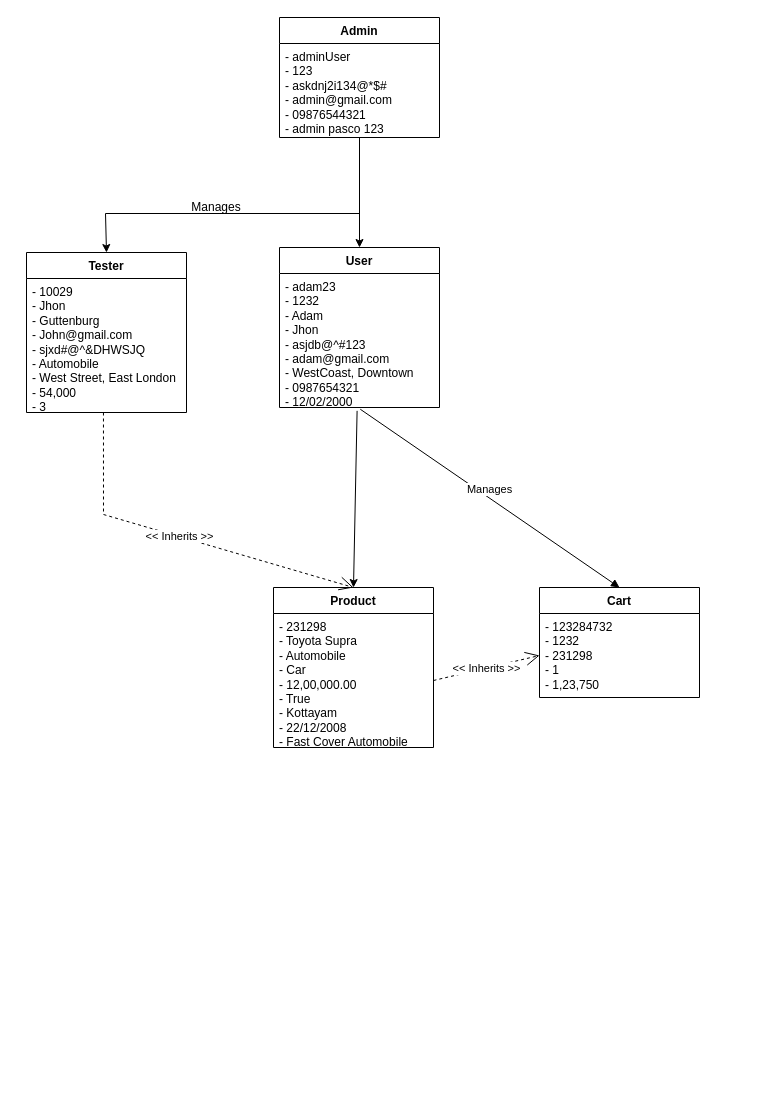
mohdashiqpe/Main-Project keeps this draw.io diagram as UML/Object Diagram.drawio. Above is the earlier version. Source tidied: cells renumbered, new cells numbered last; positions are measured from the earlier drawing's top-left corner, leaving out a move shared by most shapes. Both pictures are drawn from the tidied source at 100%, with x=0, y=0 at pixel (26, 17).
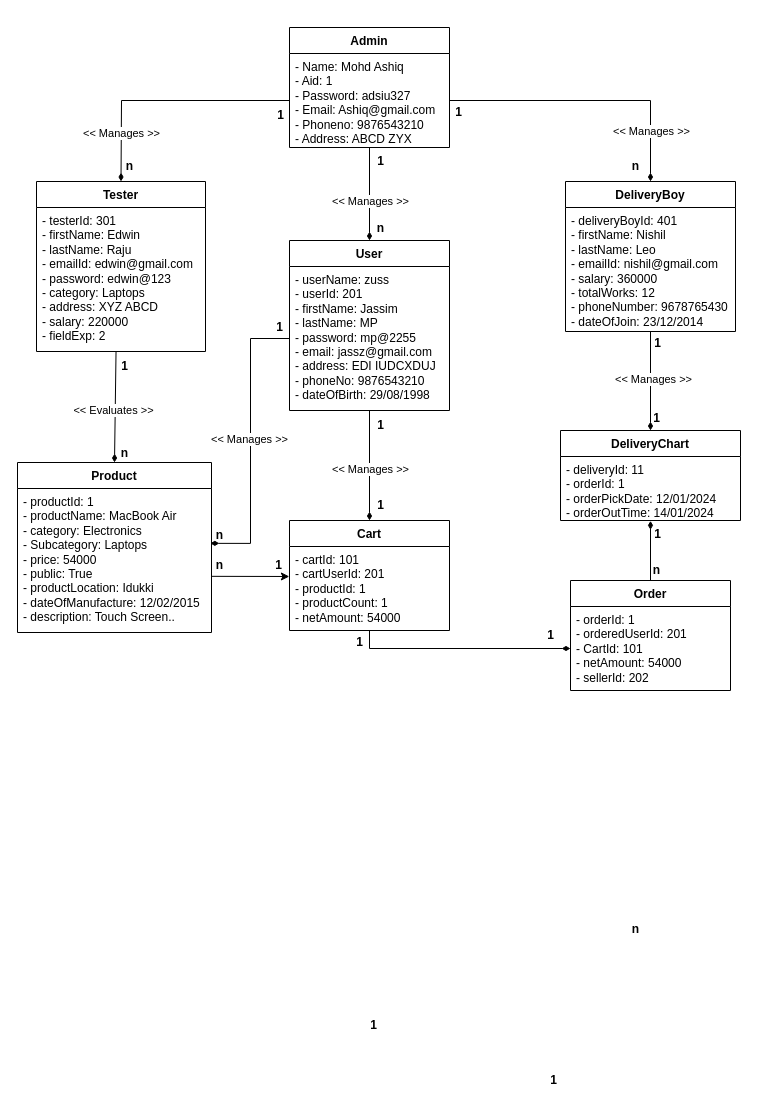
The same page after the edit.

What changed in the source:
```diff
@@
     <mxCell id="2" value="Admin" style="swimlane;fontStyle=1;align=center;verticalAlign=top;horizontal=1;startSize=26;whiteSpace=wrap;html=1;" parent="1" vertex="1">
-      <mxGeometry x="253" width="160" height="120" as="geometry" />
+      <mxGeometry x="263" y="10" width="160" height="120" as="geometry" />
     </mxCell>
-    <mxCell id="3" value="- adminUser&lt;br&gt;- 123&lt;br&gt;- askdnj2i134@*$#&lt;br&gt;- admin@gmail.com&lt;br&gt;- 09876544321&lt;br&gt;- admin pasco 123" style="text;strokeColor=none;fillColor=none;align=left;verticalAlign=top;spacingLeft=4;spacingRight=4;overflow=hidden;points=[[0,0.5],[1,0.5]];portConstraint=eastwest;whiteSpace=wrap;html=1;" parent="2" vertex="1">
-      <mxGeometry y="26" width="160" height="94" as="geometry" />
-    </mxCell>
+    <mxCell id="19" value="- Name: Mohd Ashiq&lt;br&gt;- Aid: 1&lt;br&gt;- Password: adsiu327&lt;br&gt;- Email: Ashiq@gmail.com&lt;br&gt;- Phoneno: 9876543210&lt;br&gt;- Address: ABCD ZYX" style="text;strokeColor=none;fillColor=none;align=left;verticalAlign=top;spacingLeft=4;spacingRight=4;overflow=hidden;points=[[0,0.5],[1,0.5]];portConstraint=eastwest;whiteSpace=wrap;html=1;" parent="2" vertex="1">
+      <mxGeometry y="26" width="160" height="94" as="geometry" />
+    </mxCell>
     <mxCell id="4" value="Tester" style="swimlane;fontStyle=1;align=center;verticalAlign=top;horizontal=1;startSize=26;whiteSpace=wrap;html=1;" parent="1" vertex="1">
-      <mxGeometry y="235" width="160" height="160" as="geometry" />
+      <mxGeometry x="10" y="164" width="169" height="170" as="geometry" />
     </mxCell>
-    <mxCell id="5" value="- 10029&lt;br&gt;- Jhon&lt;br&gt;- Guttenburg&lt;br&gt;- John@gmail.com&lt;br&gt;- sjxd#@^&amp;amp;DHWSJQ&lt;br&gt;- Automobile&lt;br&gt;- West Street, East London&lt;br&gt;- 54,000&lt;br&gt;- 3" style="text;strokeColor=none;fillColor=none;align=left;verticalAlign=top;spacingLeft=4;spacingRight=4;overflow=hidden;points=[[0,0.5],[1,0.5]];portConstraint=eastwest;whiteSpace=wrap;html=1;" parent="4" vertex="1">
-      <mxGeometry y="26" width="160" height="134" as="geometry" />
-    </mxCell>
+    <mxCell id="20" value="- testerId: 301&lt;br&gt;- firstName: Edwin&lt;br&gt;- lastName: Raju&lt;br&gt;- emailId: edwin@gmail.com&lt;br&gt;- password: edwin@123&lt;br&gt;- category: Laptops&lt;br&gt;- address: XYZ ABCD&lt;br&gt;- salary: 220000&lt;br&gt;- fieldExp: 2" style="text;strokeColor=none;fillColor=none;align=left;verticalAlign=top;spacingLeft=4;spacingRight=4;overflow=hidden;whiteSpace=wrap;html=1;" parent="4" vertex="1">
+      <mxGeometry y="26" width="169" height="144" as="geometry" />
+    </mxCell>
     <mxCell id="6" value="User" style="swimlane;fontStyle=1;align=center;verticalAlign=top;horizontal=1;startSize=26;whiteSpace=wrap;html=1;" parent="1" vertex="1">
-      <mxGeometry x="253" y="230" width="160" height="160" as="geometry" />
+      <mxGeometry x="263" y="223" width="160" height="170" as="geometry" />
     </mxCell>
-    <mxCell id="7" value="- adam23&lt;br&gt;- 1232&lt;br&gt;- Adam&lt;br&gt;- Jhon&lt;br&gt;- asjdb@^#123&lt;br&gt;- adam@gmail.com&lt;br&gt;- WestCoast, Downtown&lt;br&gt;- 0987654321&lt;br&gt;- 12/02/2000" style="text;strokeColor=none;fillColor=none;align=left;verticalAlign=top;spacingLeft=4;spacingRight=4;overflow=hidden;points=[[0,0.5],[1,0.5]];portConstraint=eastwest;whiteSpace=wrap;html=1;" parent="6" vertex="1">
-      <mxGeometry y="26" width="160" height="134" as="geometry" />
-    </mxCell>
+    <mxCell id="21" value="- userName: zuss&lt;br&gt;- userId: 201&lt;br&gt;- firstName: Jassim&lt;br&gt;- lastName: MP&lt;br&gt;- password: mp@2255&lt;br&gt;- email: jassz@gmail.com&lt;br&gt;- address: EDI IUDCXDUJ&lt;br&gt;- phoneNo: 9876543210&lt;br&gt;- dateOfBirth: 29/08/1998" style="text;strokeColor=none;fillColor=none;align=left;verticalAlign=top;spacingLeft=4;spacingRight=4;overflow=hidden;points=[[0,0.5],[1,0.5]];portConstraint=eastwest;whiteSpace=wrap;html=1;" parent="6" vertex="1">
+      <mxGeometry y="26" width="160" height="144" as="geometry" />
+    </mxCell>
     <mxCell id="8" value="Cart" style="swimlane;fontStyle=1;align=center;verticalAlign=top;horizontal=1;startSize=26;whiteSpace=wrap;html=1;" parent="1" vertex="1">
-      <mxGeometry x="513" y="570" width="160" height="110" as="geometry" />
+      <mxGeometry x="263" y="503" width="160" height="110" as="geometry" />
     </mxCell>
-    <mxCell id="9" value="- 123284732&lt;br&gt;- 1232&lt;br&gt;- 231298&lt;br&gt;- 1&lt;br&gt;- 1,23,750" style="text;strokeColor=none;fillColor=none;align=left;verticalAlign=top;spacingLeft=4;spacingRight=4;overflow=hidden;points=[[0,0.5],[1,0.5]];portConstraint=eastwest;whiteSpace=wrap;html=1;" parent="8" vertex="1">
-      <mxGeometry y="26" width="160" height="84" as="geometry" />
-    </mxCell>
+    <mxCell id="22" value="- cartId: 101&lt;br&gt;- cartUserId: 201&lt;br&gt;- productId: 1&lt;br&gt;- productCount: 1&lt;br&gt;- netAmount: 54000" style="text;strokeColor=none;fillColor=none;align=left;verticalAlign=top;spacingLeft=4;spacingRight=4;overflow=hidden;points=[[0,0.5],[1,0.5]];portConstraint=eastwest;whiteSpace=wrap;html=1;" parent="8" vertex="1">
+      <mxGeometry y="26" width="160" height="84" as="geometry" />
+    </mxCell>
     <mxCell id="10" value="Product" style="swimlane;fontStyle=1;align=center;verticalAlign=top;horizontal=1;startSize=26;whiteSpace=wrap;html=1;" parent="1" vertex="1">
-      <mxGeometry x="247" y="570" width="160" height="160" as="geometry" />
+      <mxGeometry x="-9" y="445" width="194" height="170" as="geometry" />
     </mxCell>
-    <mxCell id="11" value="- 231298&lt;br&gt;- Toyota Supra&lt;br&gt;- Automobile&lt;br&gt;- Car&lt;br&gt;- 12,00,000.00&lt;br&gt;- True&lt;br&gt;- Kottayam&lt;br&gt;- 22/12/2008&lt;br&gt;- Fast Cover Automobile" style="text;strokeColor=none;fillColor=none;align=left;verticalAlign=top;spacingLeft=4;spacingRight=4;overflow=hidden;points=[[0,0.5],[1,0.5]];portConstraint=eastwest;whiteSpace=wrap;html=1;" parent="10" vertex="1">
-      <mxGeometry y="26" width="160" height="134" as="geometry" />
-    </mxCell>
-    <mxCell id="12" style="endArrow=classic;html=1;rounded=0;" parent="1" edge="1" source="3" target="6">
-      <mxGeometry relative="1" as="geometry" />
-    </mxCell>
-    <mxCell id="13" style="endArrow=classic;html=1;rounded=0;entryX=0.5;entryY=0;entryDx=0;entryDy=0;" parent="1" edge="1" target="4">
-      <mxGeometry relative="1" as="geometry">
-        <mxPoint x="333" y="196" as="sourcePoint" />
-        <Array as="points">
-          <mxPoint x="79" y="196" />
-        </Array>
-      </mxGeometry>
-    </mxCell>
-    <mxCell id="14" value="Manages" style="text;html=1;strokeColor=none;fillColor=none;align=center;verticalAlign=middle;whiteSpace=wrap;rounded=0;" parent="1" vertex="1">
-      <mxGeometry x="160" y="175" width="60" height="30" as="geometry" />
-    </mxCell>
-    <mxCell id="15" style="endArrow=classic;html=1;rounded=0;entryX=0.5;entryY=0;entryDx=0;entryDy=0;exitX=0.485;exitY=1.025;exitDx=0;exitDy=0;exitPerimeter=0;" parent="1" edge="1" source="7" target="10">
-      <mxGeometry relative="1" as="geometry" />
-    </mxCell>
-    <mxCell id="16" value="&amp;lt;&amp;lt; Inherits &amp;gt;&amp;gt;" style="endArrow=open;endSize=12;dashed=1;html=1;rounded=0;exitX=0.481;exitY=1;exitDx=0;exitDy=0;exitPerimeter=0;entryX=0.5;entryY=0;entryDx=0;entryDy=0;" parent="1" edge="1" source="5" target="10">
-      <mxGeometry relative="1" as="geometry">
-        <Array as="points">
-          <mxPoint x="77" y="497" />
-        </Array>
-      </mxGeometry>
-    </mxCell>
-    <mxCell id="17" value="&amp;lt;&amp;lt; Inherits &amp;gt;&amp;gt;" style="endArrow=open;endSize=12;dashed=1;html=1;rounded=0;entryX=0;entryY=0.5;entryDx=0;entryDy=0;exitX=1;exitY=0.5;exitDx=0;exitDy=0;" parent="1" edge="1" source="11" target="9">
-      <mxGeometry relative="1" as="geometry" />
-    </mxCell>
-    <mxCell id="18" value="Manages" style="html=1;verticalAlign=bottom;endArrow=block;curved=0;rounded=0;entryX=0.5;entryY=0;entryDx=0;entryDy=0;exitX=0.505;exitY=1.013;exitDx=0;exitDy=0;exitPerimeter=0;" parent="1" edge="1" source="7" target="8">
-      <mxGeometry relative="1" as="geometry" />
-    </mxCell>
+    <mxCell id="23" value="- productId: 1&lt;br&gt;- productName: MacBook Air&lt;br&gt;- category: Electronics&lt;br&gt;- Subcategory: Laptops&lt;br&gt;- price: 54000&lt;br&gt;- public: True&lt;br&gt;- productLocation: Idukki&lt;br&gt;- dateOfManufacture: 12/02/2015&lt;br&gt;- description: Touch Screen.." style="text;strokeColor=none;fillColor=none;align=left;verticalAlign=top;spacingLeft=4;spacingRight=4;overflow=hidden;points=[[0,0.5],[1,0.5]];portConstraint=eastwest;whiteSpace=wrap;html=1;" parent="10" vertex="1">
+      <mxGeometry y="26" width="194" height="144" as="geometry" />
+    </mxCell>
+    <mxCell id="24" value="DeliveryBoy" style="swimlane;fontStyle=1;align=center;verticalAlign=top;horizontal=1;startSize=26;whiteSpace=wrap;html=1;" parent="1" vertex="1">
+      <mxGeometry x="539" y="164" width="170" height="150" as="geometry" />
+    </mxCell>
+    <mxCell id="25" value="- deliveryBoyId: 401&lt;br&gt;- firstName: Nishil&lt;br&gt;- lastName: Leo&lt;br&gt;- emailId: nishil@gmail.com&lt;br&gt;- salary: 360000&lt;br&gt;- totalWorks: 12&lt;br&gt;- phoneNumber: 9678765430&lt;br&gt;- dateOfJoin: 23/12/2014" style="text;strokeColor=none;fillColor=none;align=left;verticalAlign=top;spacingLeft=4;spacingRight=4;overflow=hidden;points=[[0,0.5],[1,0.5]];portConstraint=eastwest;whiteSpace=wrap;html=1;" parent="24" vertex="1">
+      <mxGeometry y="26" width="170" height="124" as="geometry" />
+    </mxCell>
+    <mxCell id="26" value="Order" style="swimlane;fontStyle=1;align=center;verticalAlign=top;horizontal=1;startSize=26;whiteSpace=wrap;html=1;" parent="1" vertex="1">
+      <mxGeometry x="544" y="563" width="160" height="110" as="geometry" />
+    </mxCell>
+    <mxCell id="27" value="- orderId: 1&lt;br&gt;- orderedUserId: 201&lt;br&gt;- CartId: 101&lt;br&gt;- netAmount: 54000&lt;br&gt;- sellerId: 202" style="text;strokeColor=none;fillColor=none;align=left;verticalAlign=top;spacingLeft=4;spacingRight=4;overflow=hidden;points=[[0,0.5],[1,0.5]];portConstraint=eastwest;whiteSpace=wrap;html=1;" parent="26" vertex="1">
+      <mxGeometry y="26" width="160" height="84" as="geometry" />
+    </mxCell>
+    <mxCell id="28" style="endArrow=diamondThin;html=1;rounded=0;exitX=0;exitY=0.5;exitDx=0;exitDy=0;entryX=0.5;entryY=0;entryDx=0;entryDy=0;endFill=1;" parent="1" edge="1" source="19" target="4">
+      <mxGeometry relative="1" as="geometry">
+        <Array as="points">
+          <mxPoint x="95" y="83" />
+        </Array>
+      </mxGeometry>
+    </mxCell>
+    <mxCell id="29" value="&amp;lt;&amp;lt; Manages &amp;gt;&amp;gt;" style="edgeLabel;html=1;align=center;verticalAlign=middle;" parent="28" vertex="1">
+      <mxGeometry x="0.41" y="1" relative="1" as="geometry">
+        <mxPoint x="-1" y="24" as="offset" />
+      </mxGeometry>
+    </mxCell>
+    <mxCell id="30" style="endArrow=diamondThin;html=1;rounded=0;entryX=0.5;entryY=0;entryDx=0;entryDy=0;endFill=1;exitX=0.5;exitY=1;exitDx=0;exitDy=0;" parent="1" edge="1" source="2" target="6">
+      <mxGeometry relative="1" as="geometry" />
+    </mxCell>
+    <mxCell id="31" value="&amp;lt;&amp;lt; Manages &amp;gt;&amp;gt;" style="edgeLabel;html=1;align=center;verticalAlign=middle;" parent="30" vertex="1">
+      <mxGeometry x="-0.14" relative="1" as="geometry">
+        <mxPoint y="13" as="offset" />
+      </mxGeometry>
+    </mxCell>
+    <mxCell id="32" style="endArrow=diamondThin;html=1;rounded=0;exitX=1;exitY=0.5;exitDx=0;exitDy=0;entryX=0.5;entryY=0;entryDx=0;entryDy=0;endFill=1;" parent="1" edge="1" source="19" target="24">
+      <mxGeometry relative="1" as="geometry">
+        <Array as="points">
+          <mxPoint x="624" y="83" />
+        </Array>
+      </mxGeometry>
+    </mxCell>
+    <mxCell id="33" value="&amp;lt;&amp;lt; Manages &amp;gt;&amp;gt;" style="edgeLabel;html=1;align=center;verticalAlign=middle;" parent="32" vertex="1">
+      <mxGeometry x="0.42" y="-1" relative="1" as="geometry">
+        <mxPoint x="1" y="29" as="offset" />
+      </mxGeometry>
+    </mxCell>
+    <mxCell id="34" value="DeliveryChart" style="swimlane;fontStyle=1;align=center;verticalAlign=top;horizontal=1;startSize=26;whiteSpace=wrap;html=1;" parent="1" vertex="1">
+      <mxGeometry x="534" y="413" width="180" height="90" as="geometry" />
+    </mxCell>
+    <mxCell id="35" value="- deliveryId: 11&lt;br&gt;- orderId: 1&lt;br&gt;- orderPickDate: 12/01/2024&lt;br&gt;- orderOutTime: 14/01/2024" style="text;strokeColor=none;fillColor=none;align=left;verticalAlign=top;spacingLeft=4;spacingRight=4;overflow=hidden;points=[[0,0.5],[1,0.5]];portConstraint=eastwest;whiteSpace=wrap;html=1;" parent="34" vertex="1">
+      <mxGeometry y="26" width="180" height="64" as="geometry" />
+    </mxCell>
+    <mxCell id="36" style="endArrow=diamondThin;html=1;rounded=0;entryX=0.5;entryY=0;entryDx=0;entryDy=0;endFill=1;exitX=0.218;exitY=-0.004;exitDx=0;exitDy=0;exitPerimeter=0;" parent="1" edge="1" source="50" target="10">
+      <mxGeometry relative="1" as="geometry" />
+    </mxCell>
+    <mxCell id="37" value="&amp;lt;&amp;lt; Evaluates &amp;gt;&amp;gt;" style="edgeLabel;html=1;align=center;verticalAlign=middle;" parent="36" vertex="1">
+      <mxGeometry x="0.07" y="-2" relative="1" as="geometry" />
+    </mxCell>
+    <mxCell id="38" style="endArrow=diamondThin;html=1;rounded=0;entryX=0;entryY=0.5;entryDx=0;entryDy=0;exitX=0.5;exitY=1;exitDx=0;exitDy=0;endFill=1;" parent="1" edge="1" source="8" target="27">
+      <mxGeometry relative="1" as="geometry">
+        <Array as="points">
+          <mxPoint x="343" y="631" />
+        </Array>
+      </mxGeometry>
+    </mxCell>
+    <mxCell id="39" style="endArrow=diamondThin;html=1;rounded=0;entryX=0.5;entryY=0;entryDx=0;entryDy=0;endFill=1;exitX=0.5;exitY=1;exitDx=0;exitDy=0;exitPerimeter=0;" parent="1" edge="1" source="21" target="8">
+      <mxGeometry relative="1" as="geometry" />
+    </mxCell>
+    <mxCell id="40" value="&amp;lt;&amp;lt; Manages &amp;gt;&amp;gt;" style="edgeLabel;html=1;align=center;verticalAlign=middle;" parent="39" vertex="1">
+      <mxGeometry x="-0.15" y="-2" relative="1" as="geometry">
+        <mxPoint x="2" y="11" as="offset" />
+      </mxGeometry>
+    </mxCell>
+    <mxCell id="41" style="endArrow=diamondThin;html=1;rounded=0;entryX=0.5;entryY=0;entryDx=0;entryDy=0;endFill=1;exitX=0.5;exitY=1;exitDx=0;exitDy=0;exitPerimeter=0;" parent="1" edge="1" source="25" target="34">
+      <mxGeometry relative="1" as="geometry" />
+    </mxCell>
+    <mxCell id="42" value="&amp;lt;&amp;lt; Manages &amp;gt;&amp;gt;" style="edgeLabel;html=1;align=center;verticalAlign=middle;" parent="41" vertex="1">
+      <mxGeometry x="-0.06" y="2" relative="1" as="geometry" />
+    </mxCell>
+    <mxCell id="43" style="endArrow=diamondThin;html=1;rounded=0;exitX=0.5;exitY=0;exitDx=0;exitDy=0;endFill=1;entryX=0.5;entryY=1.006;entryDx=0;entryDy=0;entryPerimeter=0;" parent="1" edge="1" source="26" target="35">
+      <mxGeometry relative="1" as="geometry" />
+    </mxCell>
+    <mxCell id="44" value="&lt;b&gt;1&lt;/b&gt;" style="text;html=1;align=center;verticalAlign=middle;strokeColor=none;fillColor=none;" parent="1" vertex="1">
+      <mxGeometry x="339" y="129" width="30" height="30" as="geometry" />
+    </mxCell>
+    <mxCell id="45" value="&lt;b&gt;n&lt;/b&gt;" style="text;html=1;align=center;verticalAlign=middle;strokeColor=none;fillColor=none;" parent="1" vertex="1">
+      <mxGeometry x="339" y="196" width="30" height="30" as="geometry" />
+    </mxCell>
+    <mxCell id="46" value="&lt;b&gt;1&lt;/b&gt;" style="text;html=1;align=center;verticalAlign=middle;strokeColor=none;fillColor=none;" parent="1" vertex="1">
+      <mxGeometry x="239" y="83" width="30" height="30" as="geometry" />
+    </mxCell>
+    <mxCell id="47" value="&lt;b&gt;n&lt;/b&gt;" style="text;html=1;align=center;verticalAlign=middle;strokeColor=none;fillColor=none;" parent="1" vertex="1">
+      <mxGeometry x="88" y="134" width="30" height="30" as="geometry" />
+    </mxCell>
+    <mxCell id="48" value="&lt;b&gt;1&lt;/b&gt;" style="text;html=1;align=center;verticalAlign=middle;strokeColor=none;fillColor=none;" parent="1" vertex="1">
+      <mxGeometry x="417" y="80" width="30" height="30" as="geometry" />
+    </mxCell>
+    <mxCell id="49" value="&lt;b&gt;n&lt;/b&gt;" style="text;html=1;align=center;verticalAlign=middle;strokeColor=none;fillColor=none;" parent="1" vertex="1">
+      <mxGeometry x="594" y="134" width="30" height="30" as="geometry" />
+    </mxCell>
+    <mxCell id="50" value="&lt;b&gt;1&lt;/b&gt;" style="text;html=1;align=center;verticalAlign=middle;points=[];strokeColor=none;fillColor=none;" parent="1" vertex="1">
+      <mxGeometry x="83" y="334" width="30" height="30" as="geometry" />
+    </mxCell>
+    <mxCell id="51" value="&lt;b&gt;n&lt;/b&gt;" style="text;html=1;align=center;verticalAlign=middle;strokeColor=none;fillColor=none;" parent="1" vertex="1">
+      <mxGeometry x="83" y="421" width="30" height="30" as="geometry" />
+    </mxCell>
+    <mxCell id="52" style="edgeStyle=orthogonalEdgeStyle;rounded=0;jettySize=auto;html=1;entryX=0.994;entryY=0.381;entryDx=0;entryDy=0;entryPerimeter=0;endArrow=diamondThin;endFill=1;exitX=0;exitY=0.5;exitDx=0;exitDy=0;" parent="1" edge="1" source="21" target="23">
+      <mxGeometry relative="1" as="geometry" />
+    </mxCell>
+    <mxCell id="53" value="&amp;lt;&amp;lt; Manages &amp;gt;&amp;gt;" style="edgeLabel;html=1;align=center;verticalAlign=middle;" parent="52" vertex="1">
+      <mxGeometry x="-0.02" y="-2" relative="1" as="geometry" />
+    </mxCell>
+    <mxCell id="54" value="&lt;b&gt;n&lt;/b&gt;" style="text;html=1;align=center;verticalAlign=middle;strokeColor=none;fillColor=none;" parent="1" vertex="1">
+      <mxGeometry x="178" y="503" width="30" height="30" as="geometry" />
+    </mxCell>
+    <mxCell id="55" value="&lt;b&gt;1&lt;/b&gt;" style="text;html=1;align=center;verticalAlign=middle;strokeColor=none;fillColor=none;" parent="1" vertex="1">
+      <mxGeometry x="238" y="295" width="30" height="30" as="geometry" />
+    </mxCell>
+    <mxCell id="56" value="&lt;b&gt;n&lt;/b&gt;" style="text;html=1;align=center;verticalAlign=middle;strokeColor=none;fillColor=none;" parent="1" vertex="1">
+      <mxGeometry x="615" y="538" width="30" height="30" as="geometry" />
+    </mxCell>
+    <mxCell id="57" value="&lt;b&gt;1&lt;/b&gt;" style="text;html=1;align=center;verticalAlign=middle;strokeColor=none;fillColor=none;" parent="1" vertex="1">
+      <mxGeometry x="615" y="386" width="30" height="30" as="geometry" />
+    </mxCell>
+    <mxCell id="58" value="&lt;b&gt;n&lt;/b&gt;" style="text;html=1;align=center;verticalAlign=middle;strokeColor=none;fillColor=none;" parent="1" vertex="1">
+      <mxGeometry x="178" y="533" width="30" height="30" as="geometry" />
+    </mxCell>
+    <mxCell id="59" value="&lt;b&gt;1&lt;/b&gt;" style="text;html=1;align=center;verticalAlign=middle;strokeColor=none;fillColor=none;" parent="1" vertex="1">
+      <mxGeometry x="237" y="533" width="30" height="30" as="geometry" />
+    </mxCell>
+    <mxCell id="60" value="&lt;b&gt;1&lt;/b&gt;" style="text;html=1;align=center;verticalAlign=middle;strokeColor=none;fillColor=none;" parent="1" vertex="1">
+      <mxGeometry x="339" y="393" width="30" height="30" as="geometry" />
+    </mxCell>
+    <mxCell id="61" value="&lt;b&gt;1&lt;/b&gt;" style="text;html=1;align=center;verticalAlign=middle;strokeColor=none;fillColor=none;" parent="1" vertex="1">
+      <mxGeometry x="339" y="473" width="30" height="30" as="geometry" />
+    </mxCell>
+    <mxCell id="62" value="&lt;b&gt;1&lt;/b&gt;" style="text;html=1;align=center;verticalAlign=middle;strokeColor=none;fillColor=none;" parent="1" vertex="1">
+      <mxGeometry x="332" y="993" width="30" height="30" as="geometry" />
+    </mxCell>
+    <mxCell id="63" value="&lt;b&gt;1&lt;/b&gt;" style="text;html=1;align=center;verticalAlign=middle;strokeColor=none;fillColor=none;" parent="1" vertex="1">
+      <mxGeometry x="512" y="1048" width="30" height="30" as="geometry" />
+    </mxCell>
+    <mxCell id="64" value="&lt;b&gt;1&lt;/b&gt;" style="text;html=1;align=center;verticalAlign=middle;strokeColor=none;fillColor=none;" parent="1" vertex="1">
+      <mxGeometry x="616" y="502" width="30" height="30" as="geometry" />
+    </mxCell>
+    <mxCell id="65" value="&lt;b&gt;n&lt;/b&gt;" style="text;html=1;align=center;verticalAlign=middle;strokeColor=none;fillColor=none;" parent="1" vertex="1">
+      <mxGeometry x="594" y="897" width="30" height="30" as="geometry" />
+    </mxCell>
+    <mxCell id="66" style="endArrow=classic;html=1;rounded=0;entryX=-0.001;entryY=0.357;entryDx=0;entryDy=0;entryPerimeter=0;exitX=1.002;exitY=0.61;exitDx=0;exitDy=0;exitPerimeter=0;" parent="1" edge="1" source="23" target="22">
+      <mxGeometry relative="1" as="geometry" />
+    </mxCell>
+    <mxCell id="67" value="&lt;b&gt;1&lt;/b&gt;" style="text;html=1;align=center;verticalAlign=middle;strokeColor=none;fillColor=none;" parent="1" vertex="1">
+      <mxGeometry x="616" y="311" width="30" height="30" as="geometry" />
+    </mxCell>
+    <mxCell id="68" value="&lt;b&gt;1&lt;/b&gt;" style="text;html=1;align=center;verticalAlign=middle;strokeColor=none;fillColor=none;" parent="1" vertex="1">
+      <mxGeometry x="318" y="610" width="30" height="30" as="geometry" />
+    </mxCell>
+    <mxCell id="69" value="&lt;b&gt;1&lt;/b&gt;" style="text;html=1;align=center;verticalAlign=middle;strokeColor=none;fillColor=none;" parent="1" vertex="1">
+      <mxGeometry x="509" y="603" width="30" height="30" as="geometry" />
+    </mxCell>
```
